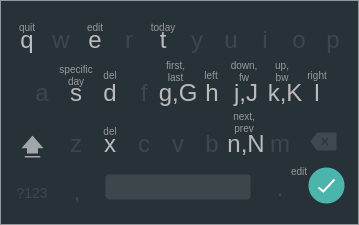
Before: diary-cheat-sheet.png, a diagram exported from draw.io (andigruhler/diary). Source tidied: cells renumbered, new cells last; positions are measured from the earlier drawing's top-left corner, leaving out a move shared by most shapes.
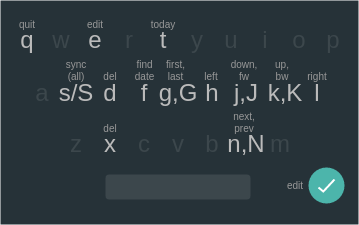
After the commit.

Commit message:
add sync s/S to cheat sheet

Diff of the diagram source:
```diff
@@ -38,13 +38,13 @@
     <mxCell id="13" value="a" style="text;fontSize=24;verticalAlign=middle;align=center;fontColor=#3C474C;" parent="2" vertex="1">
       <mxGeometry x="27" y="75" width="30" height="30" as="geometry" />
     </mxCell>
-    <mxCell id="14" value="s" style="text;fontColor=#bbbbbb;fontSize=24;verticalAlign=middle;align=center;" parent="2" vertex="1">
+    <mxCell id="14" value="s/S" style="text;fontColor=#bbbbbb;fontSize=24;verticalAlign=middle;align=center;" parent="2" vertex="1">
       <mxGeometry x="61" y="75" width="30" height="30" as="geometry" />
     </mxCell>
     <mxCell id="15" value="d" style="text;fontColor=#bbbbbb;fontSize=24;verticalAlign=middle;align=center;" parent="2" vertex="1">
       <mxGeometry x="95" y="75" width="30" height="30" as="geometry" />
     </mxCell>
-    <mxCell id="16" value="f" style="text;fontSize=24;verticalAlign=middle;align=center;fontColor=#3C474C;" parent="2" vertex="1">
+    <mxCell id="16" value="f" style="text;fontSize=24;verticalAlign=middle;align=center;fontColor=#BBBBBB;" parent="2" vertex="1">
       <mxGeometry x="129" y="75" width="30" height="30" as="geometry" />
     </mxCell>
     <mxCell id="17" value="g,G" style="text;fontColor=#bbbbbb;fontSize=24;verticalAlign=middle;align=center;" parent="2" vertex="1">
@@ -84,67 +84,55 @@
       <mxGeometry x="265" y="126" width="30" height="30" as="geometry" />
     </mxCell>
     <mxCell id="29" value="quit" style="text;fontColor=#999999;fontSize=10;verticalAlign=middle;align=center;" parent="2" vertex="1">
-      <mxGeometry x="12" y="12" width="30" height="30" as="geometry" />
+      <mxGeometry x="12" y="9" width="30" height="30" as="geometry" />
     </mxCell>
     <mxCell id="30" value="edit" style="text;fontColor=#999999;fontSize=10;verticalAlign=middle;align=center;" parent="2" vertex="1">
-      <mxGeometry x="80" y="12" width="30" height="30" as="geometry" />
+      <mxGeometry x="80" y="9" width="30" height="30" as="geometry" />
     </mxCell>
     <mxCell id="31" value="today" style="text;fontColor=#999999;fontSize=10;verticalAlign=middle;align=center;" parent="2" vertex="1">
-      <mxGeometry x="148" y="12" width="30" height="30" as="geometry" />
+      <mxGeometry x="148" y="9" width="30" height="30" as="geometry" />
     </mxCell>
-    <mxCell id="32" style="dashed=0;shape=mxgraph.gmdl.shift;strokeColor=none;fillColor=#A1A7A9;" parent="2" vertex="1">
-      <mxGeometry x="21" y="135" width="22" height="22" as="geometry" />
+    <mxCell id="32" style="shape=ellipse;strokeColor=none;fillColor=#4CB5AB;strokeOpacity=100;fillOpacity=100;" parent="2" vertex="1">
+      <mxGeometry x="308" y="167" width="36" height="36" as="geometry" />
     </mxCell>
-    <mxCell id="33" style="dashed=0;shape=mxgraph.gmdl.backspace;strokeColor=none;fillColor=#A1A7A9;strokeOpacity=100;fillOpacity=20;" parent="2" vertex="1">
-      <mxGeometry x="310" y="132" width="26" height="18" as="geometry" />
+    <mxCell id="33" style="dashed=0;shape=mxgraph.gmdl.check;strokeColor=#ffffff;strokeWidth=2;" parent="32" vertex="1">
+      <mxGeometry x="10" y="12" width="16" height="12" as="geometry" />
     </mxCell>
-    <mxCell id="34" value="?123" style="text;fontSize=14;verticalAlign=middle;align=center;fontColor=#3C474C;" parent="2" vertex="1">
-      <mxGeometry x="17" y="177" width="30" height="30" as="geometry" />
+    <mxCell id="34" style="shape=rect;strokeColor=none;fillColor=#3C474C;rounded=1;size=3;" parent="2" vertex="1">
+      <mxGeometry x="105" y="174" width="145" height="25" as="geometry" />
     </mxCell>
-    <mxCell id="35" value="," style="text;fontSize=24;verticalAlign=middle;align=center;fontColor=#3C474C;" parent="2" vertex="1">
-      <mxGeometry x="62" y="174" width="30" height="30" as="geometry" />
+    <mxCell id="35" value="del" style="text;fontColor=#999999;fontSize=10;verticalAlign=middle;align=center;" parent="2" vertex="1">
+      <mxGeometry x="95" y="61" width="30" height="30" as="geometry" />
     </mxCell>
-    <mxCell id="36" value="." style="text;fontSize=24;verticalAlign=middle;align=center;fontColor=#3C474C;" parent="2" vertex="1">
-      <mxGeometry x="265" y="170" width="30" height="30" as="geometry" />
+    <mxCell id="36" value="del" style="text;fontColor=#999999;fontSize=10;verticalAlign=middle;align=center;" parent="2" vertex="1">
+      <mxGeometry x="95" y="113" width="30" height="30" as="geometry" />
     </mxCell>
-    <mxCell id="37" style="shape=ellipse;strokeColor=none;fillColor=#4CB5AB;strokeOpacity=100;fillOpacity=100;" parent="2" vertex="1">
-      <mxGeometry x="308" y="167" width="36" height="36" as="geometry" />
+    <mxCell id="37" value="down,&#10;fw" style="text;fontColor=#999999;fontSize=10;verticalAlign=middle;align=center;" parent="2" vertex="1">
+      <mxGeometry x="229" y="55" width="30" height="30" as="geometry" />
     </mxCell>
-    <mxCell id="38" style="dashed=0;shape=mxgraph.gmdl.check;strokeColor=#ffffff;strokeWidth=2;" parent="37" vertex="1">
-      <mxGeometry x="10" y="12" width="16" height="12" as="geometry" />
+    <mxCell id="38" value="up,&#10;bw" style="text;fontColor=#999999;fontSize=10;verticalAlign=middle;align=center;" parent="2" vertex="1">
+      <mxGeometry x="267" y="55" width="30" height="30" as="geometry" />
     </mxCell>
-    <mxCell id="39" style="shape=rect;strokeColor=none;fillColor=#3C474C;rounded=1;size=3;" parent="2" vertex="1">
-      <mxGeometry x="105" y="174" width="145" height="25" as="geometry" />
+    <mxCell id="39" value="left" style="text;fontColor=#999999;fontSize=10;verticalAlign=middle;align=center;" parent="2" vertex="1">
+      <mxGeometry x="196" y="61" width="30" height="30" as="geometry" />
     </mxCell>
-    <mxCell id="40" value="del" style="text;fontColor=#999999;fontSize=10;verticalAlign=middle;align=center;" parent="2" vertex="1">
-      <mxGeometry x="95" y="60" width="30" height="30" as="geometry" />
+    <mxCell id="40" value="right" style="text;fontColor=#999999;fontSize=10;verticalAlign=middle;align=center;" parent="2" vertex="1">
+      <mxGeometry x="302" y="61" width="30" height="30" as="geometry" />
     </mxCell>
-    <mxCell id="41" value="del" style="text;fontColor=#999999;fontSize=10;verticalAlign=middle;align=center;" parent="2" vertex="1">
-      <mxGeometry x="95" y="116" width="30" height="30" as="geometry" />
+    <mxCell id="41" value="next,&#10;prev" style="text;fontColor=#999999;fontSize=10;verticalAlign=middle;align=center;" parent="2" vertex="1">
+      <mxGeometry x="229" y="107" width="30" height="30" as="geometry" />
     </mxCell>
-    <mxCell id="42" value="down,&#10;fw" style="text;fontColor=#999999;fontSize=10;verticalAlign=middle;align=center;" parent="2" vertex="1">
-      <mxGeometry x="229" y="56" width="30" height="30" as="geometry" />
+    <mxCell id="42" value="first,&#10;last" style="text;fontColor=#999999;fontSize=10;verticalAlign=middle;align=center;" parent="2" vertex="1">
+      <mxGeometry x="160.5" y="55" width="30" height="30" as="geometry" />
     </mxCell>
-    <mxCell id="43" value="up,&#10;bw" style="text;fontColor=#999999;fontSize=10;verticalAlign=middle;align=center;" parent="2" vertex="1">
-      <mxGeometry x="267" y="56" width="30" height="30" as="geometry" />
+    <mxCell id="43" value="edit" style="text;fontColor=#999999;fontSize=10;verticalAlign=middle;align=center;" parent="2" vertex="1">
+      <mxGeometry x="280" y="170" width="30" height="30" as="geometry" />
     </mxCell>
-    <mxCell id="44" value="left" style="text;fontColor=#999999;fontSize=10;verticalAlign=middle;align=center;" parent="2" vertex="1">
-      <mxGeometry x="196" y="60" width="30" height="30" as="geometry" />
+    <mxCell id="44" value="find&#10;date" style="text;fontColor=#999999;fontSize=10;verticalAlign=middle;align=center;" parent="2" vertex="1">
+      <mxGeometry x="129.5" y="55" width="30" height="30" as="geometry" />
     </mxCell>
-    <mxCell id="45" value="right" style="text;fontColor=#999999;fontSize=10;verticalAlign=middle;align=center;" parent="2" vertex="1">
-      <mxGeometry x="302" y="60" width="30" height="30" as="geometry" />
+    <mxCell id="45" value="sync&#10;(all)" style="text;fontColor=#999999;fontSize=10;verticalAlign=middle;align=center;" parent="2" vertex="1">
+      <mxGeometry x="61" y="55" width="30" height="30" as="geometry" />
     </mxCell>
-    <mxCell id="46" value="next,&#10;prev" style="text;fontColor=#999999;fontSize=10;verticalAlign=middle;align=center;" parent="2" vertex="1">
-      <mxGeometry x="229" y="107" width="30" height="30" as="geometry" />
-    </mxCell>
-    <mxCell id="47" value="first,&#10;last" style="text;fontColor=#999999;fontSize=10;verticalAlign=middle;align=center;" parent="2" vertex="1">
-      <mxGeometry x="160.5" y="56" width="30" height="30" as="geometry" />
-    </mxCell>
-    <mxCell id="48" value="edit" style="text;fontColor=#999999;fontSize=10;verticalAlign=middle;align=center;" parent="2" vertex="1">
-      <mxGeometry x="284" y="156" width="30" height="30" as="geometry" />
-    </mxCell>
-    <mxCell id="49" value="specific&#10;day" style="text;fontColor=#999999;fontSize=10;verticalAlign=middle;align=center;" parent="1" vertex="1">
-      <mxGeometry x="61" y="60" width="30" height="30" as="geometry" />
-    </mxCell>
   </root>
 </mxGraphModel>
```
